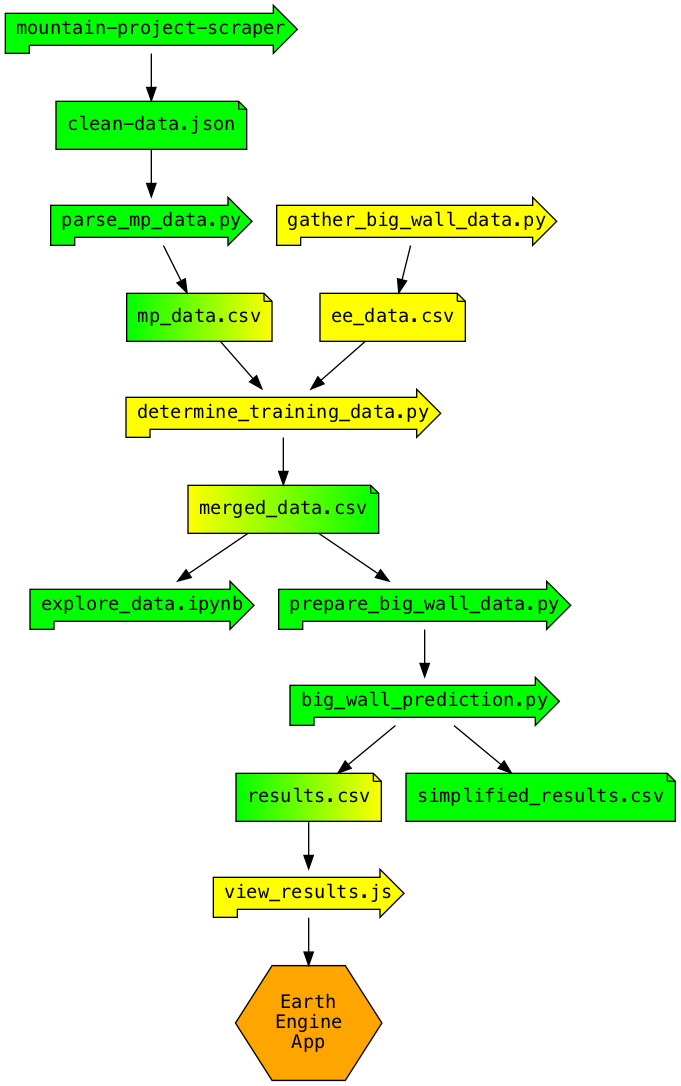
The Graphviz diagram assets/pipeline.png in zebengberg/big-wall-finder, before a commit. Its source is kept beside it as assets/pipeline.dot.
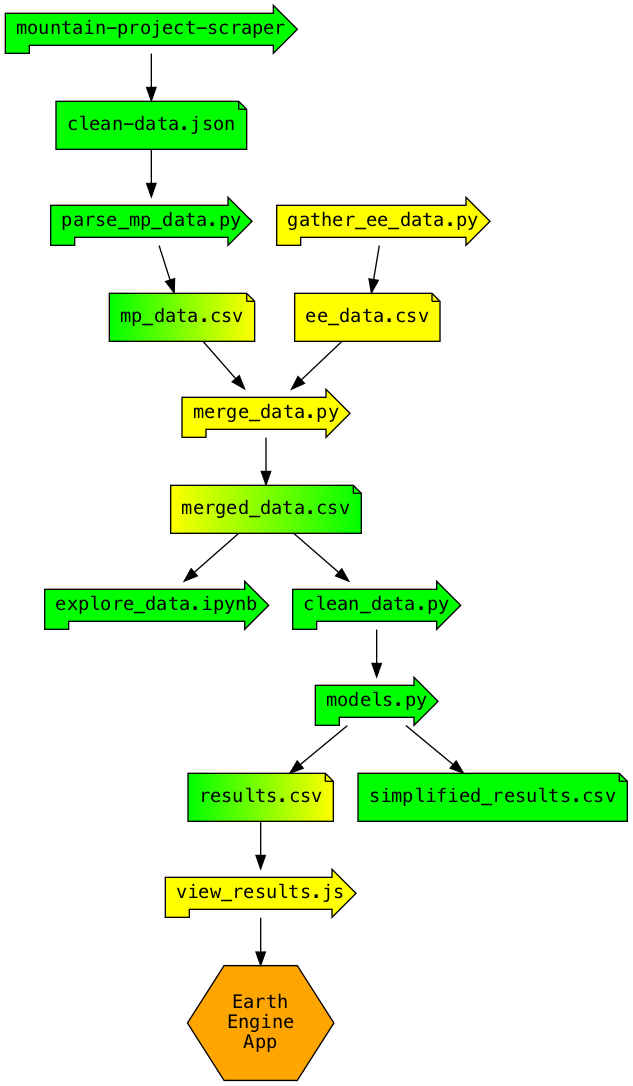
Later version of the same file.

The edit, as a diff of the source:
```diff
@@ -6,14 +6,14 @@
   mpp [label = "parse_mp_data.py"; shape = rpromoter; fillcolor = green]
   mppd [label = "mp_data.csv"; shape = note; fillcolor = "green:yellow"]
 
-  eeg [label = "gather_big_wall_data.py"; shape = rpromoter; fillcolor = yellow]
+  eeg [label = "gather_ee_data.py"; shape = rpromoter; fillcolor = yellow]
   eegd [label = "ee_data.csv"; shape = note; fillcolor = yellow]
-  eed [label = "determine_training_data.py"; shape = rpromoter; fillcolor = "yellow"]
+  eed [label = "merge_data.py"; shape = rpromoter; fillcolor = "yellow"]
   eedd [label = "merged_data.csv"; shape = note; fillcolor = "yellow:green"]
   ed [label = "explore_data.ipynb"; shape = rpromoter; fillcolor = green]
 
-  pd [label = "prepare_big_wall_data.py"; shape = rpromoter; fillcolor = green]
-  bwp [label = "big_wall_prediction.py"; shape = rpromoter; fillcolor = green]
+  pd [label = "clean_data.py"; shape = rpromoter; fillcolor = green]
+  bwp [label = "models.py"; shape = rpromoter; fillcolor = green]
   rd [label = "results.csv"; shape = note; fillcolor = "green:yellow"]
   srd [label = "simplified_results.csv"; shape = note; fillcolor = "green"]
 
```
